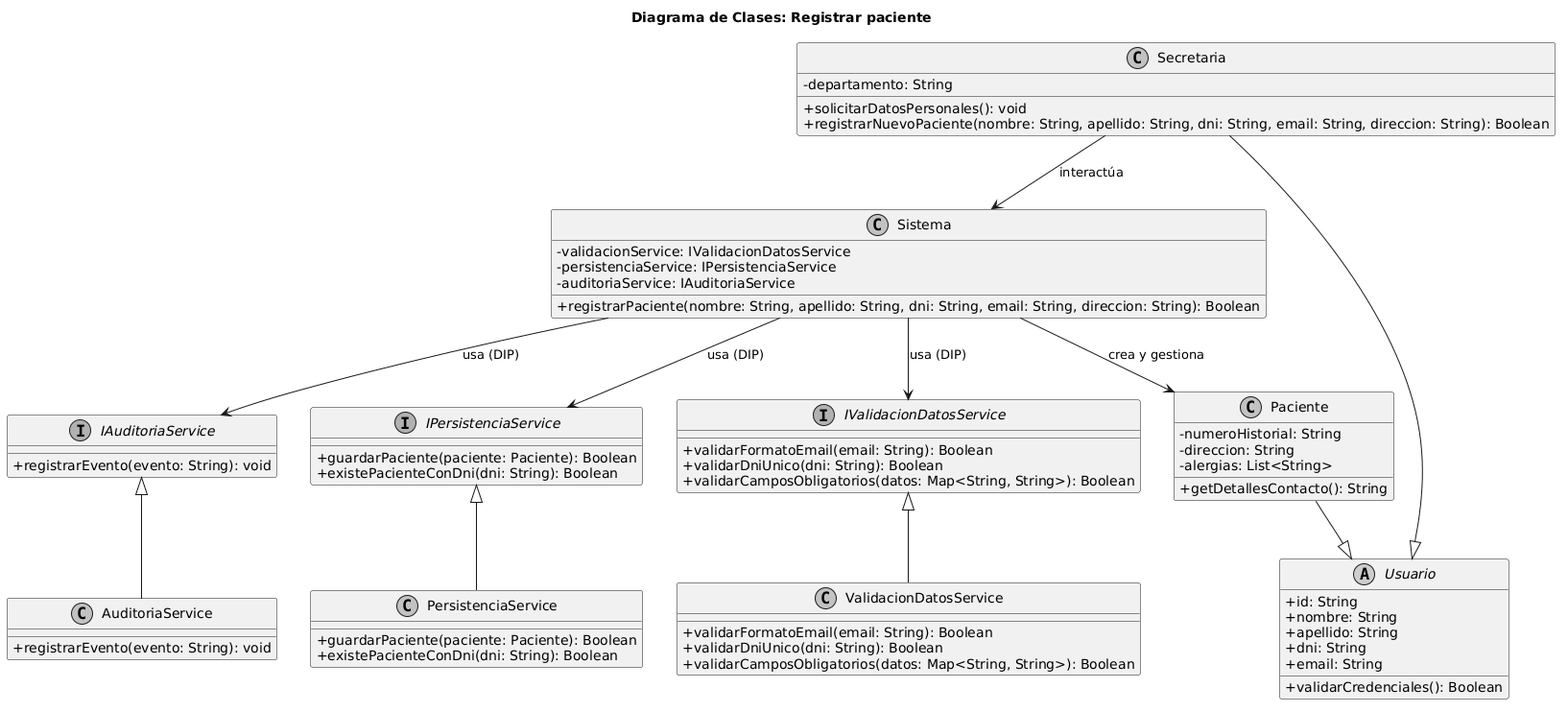
This is diagramas/01-diagrama-clases/03-clases-registrar-paciente-03.png from FacundoGuiraldes/SistemaTurnosMedicos, a PlantUML export, as it was before one commit.
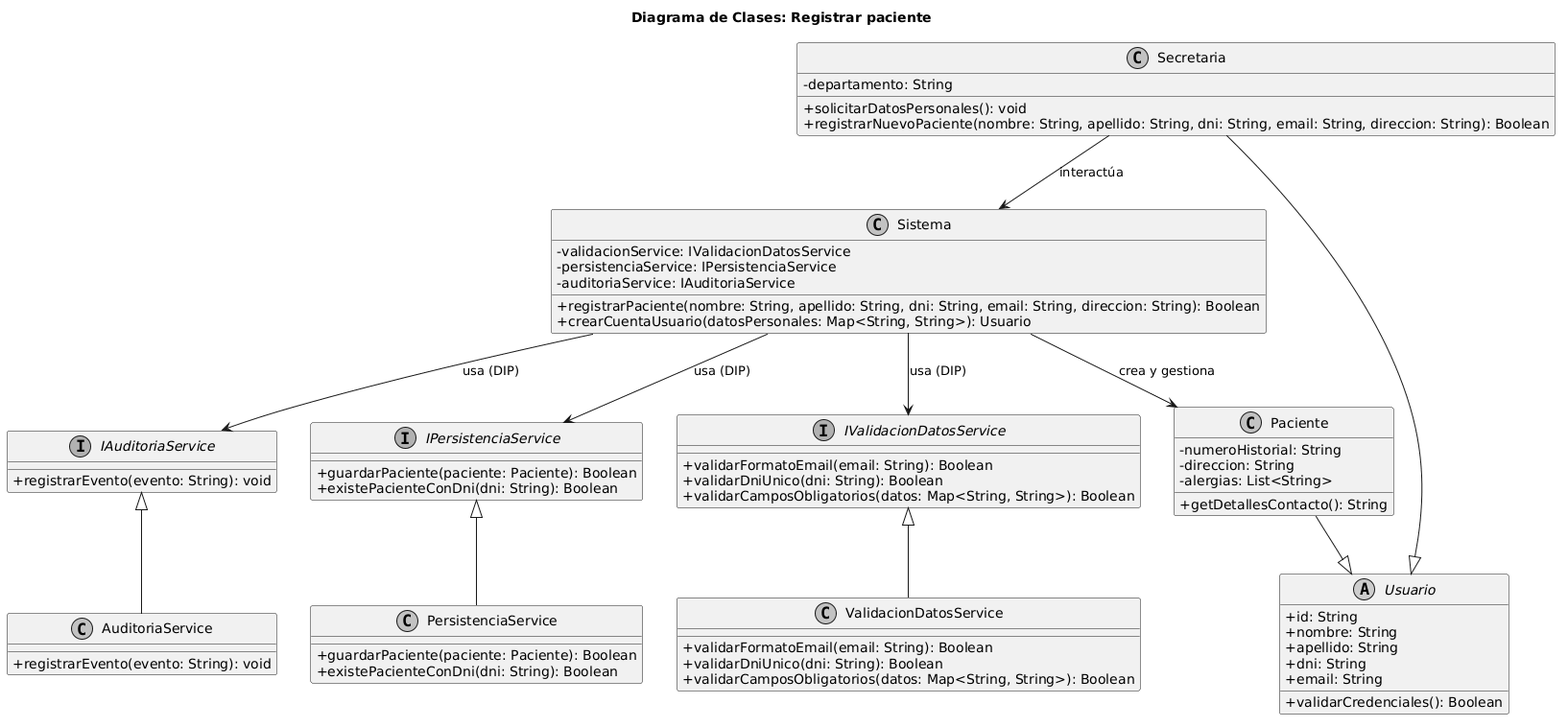
Above is the later version.

Commit message:
docs(qa): regenerar el archivo PNG del diagrama de clases del CU3 para reflejar cambios

The edit, as a diff of the source:
```diff
@@ -46,6 +46,7 @@
     -persistenciaService: IPersistenciaService
     -auditoriaService: IAuditoriaService
     +registrarPaciente(nombre: String, apellido: String, dni: String, email: String, direccion: String): Boolean
+    +crearCuentaUsuario(datosPersonales: Map<String, String>): Usuario
 }
 
 class ValidacionDatosService {
```
